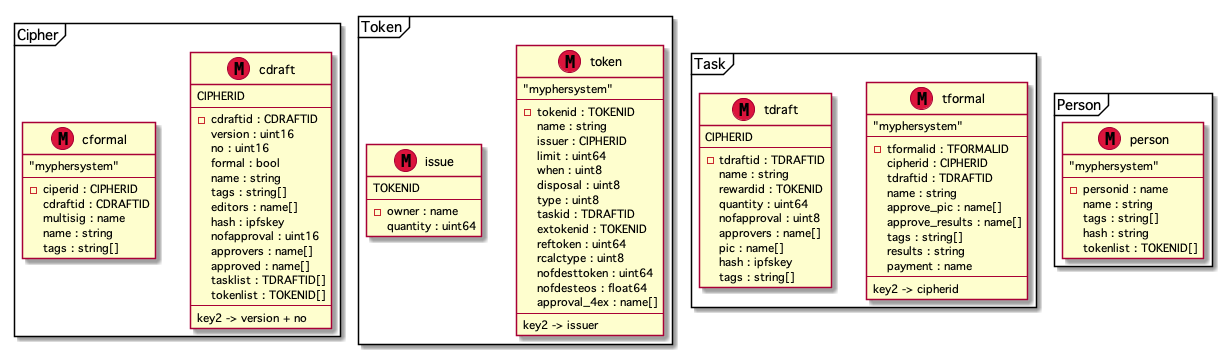
Before: doc/data_structure.png, a diagram exported from PlantUML (mypher/mypher).
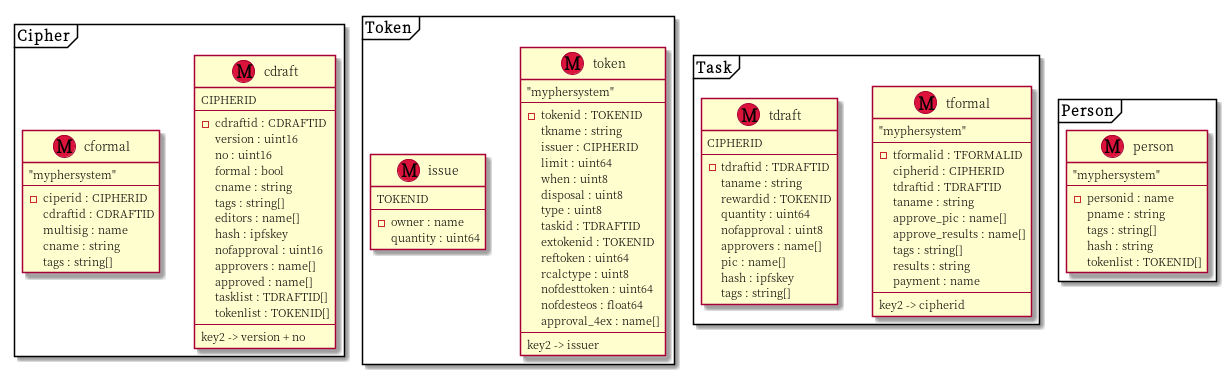
The same diagram one commit later.

Diff of the diagram source:
```diff
@@ -10,7 +10,7 @@
 		version : uint16
 		no : uint16
 		formal : bool
-		name : string
+		cname : string
 		tags : string[]
 		editors : name[]
 		hash : ipfskey
@@ -29,7 +29,7 @@
 		-ciperid : CIPHERID
 		cdraftid : CDRAFTID
 		multisig : name
-		name : string
+		cname : string
 		tags : string[]
 	}
 }
@@ -39,7 +39,7 @@
 		"myphersystem"
 		--
 		-tokenid : TOKENID
-		name : string
+		tkname : string
 		issuer : CIPHERID
 		limit : uint64
 		when : uint8
@@ -71,7 +71,7 @@
 		-tformalid : TFORMALID
 		cipherid : CIPHERID
 		tdraftid : TDRAFTID
-		name : string
+		taname : string
 		approve_pic : name[]
 		approve_results : name[]
 		tags : string[]
@@ -84,7 +84,7 @@
 		CIPHERID
 		--
 		-tdraftid : TDRAFTID
-		name : string
+		taname : string
 		rewardid : TOKENID
 		quantity : uint64
 		nofapproval : uint8
@@ -100,7 +100,7 @@
 		"myphersystem"
 		--
 		-personid : name
-		name : string
+		pname : string
 		tags : string[]
 		hash : string
 		tokenlist : TOKENID[]
```
